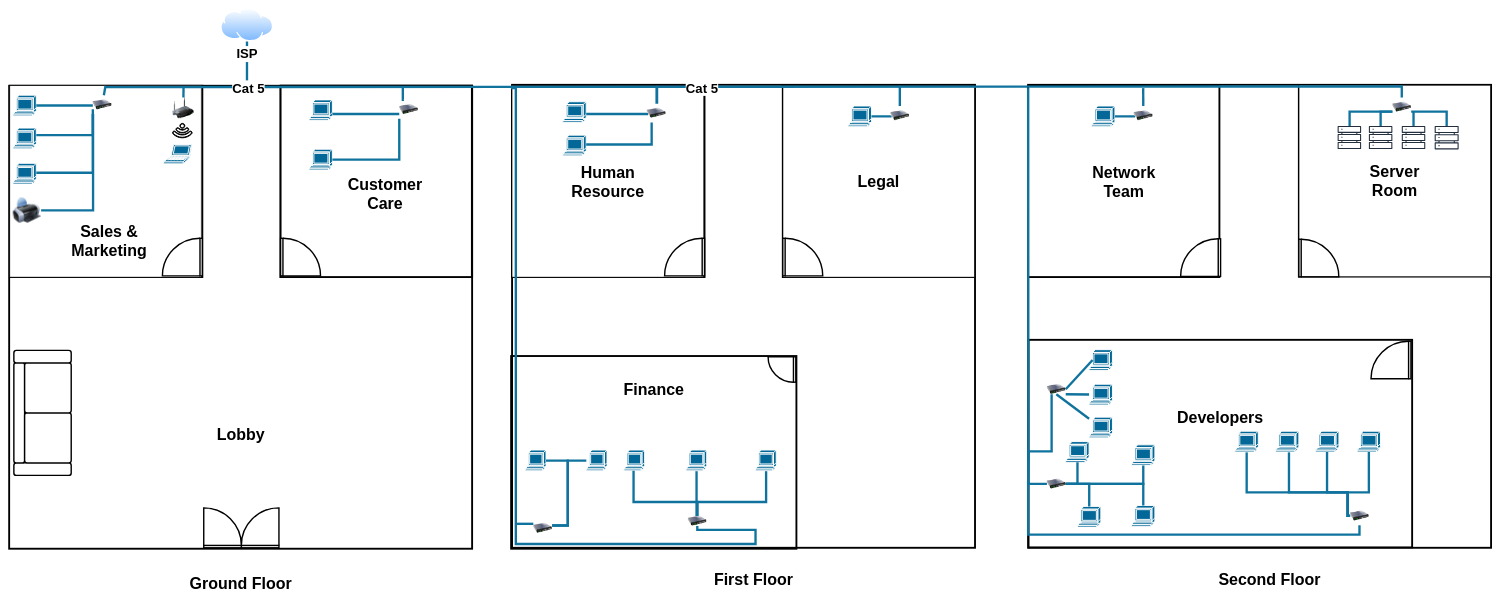
mashihimasha/UPW_Diagrams keeps this draw.io diagram as floorplan.drawio. Above is the earlier version. Source tidied: cells renumbered, new cells numbered last; positions are measured from the earlier drawing's top-left corner, leaving out a move shared by most shapes. Both pictures are drawn from the tidied source at 47%, with x=0, y=0 at pixel (-20, 8).
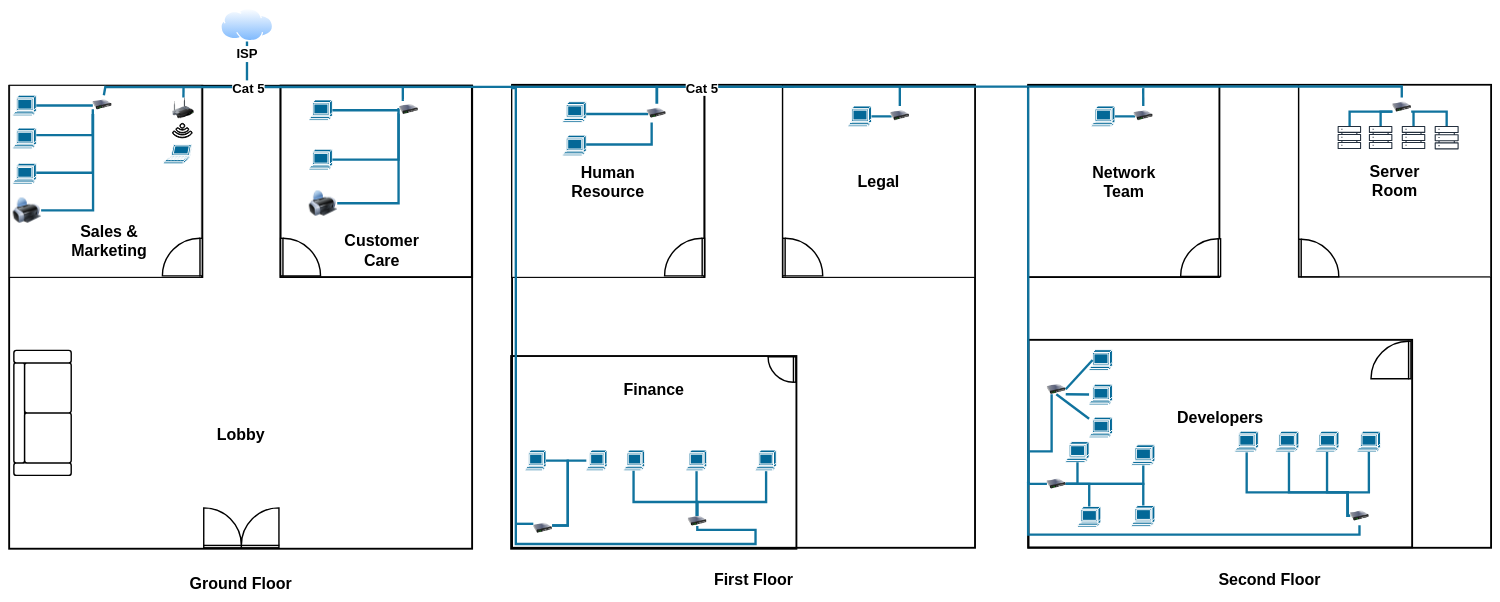
The same diagram, later.

Unchanged cells that the change refers to:
```xml
<mxCell id="3" style="group;strokeWidth=4;strokeColor=default;" parent="1" vertex="1">
  <mxGeometry x="639.5" y="165" width="407.5" height="407" as="geometry" />
</mxCell>
<mxCell id="6" style="shape=mxgraph.cisco.computers_and_peripherals.terminal;html=1;dashed=0;fillColor=#036897;strokeColor=#ffffff;strokeWidth=2;verticalLabelPosition=bottom;verticalAlign=top;align=center;outlineConnect=0;" parent="3" vertex="1">
  <mxGeometry x="60.5" y="135" width="49.7" height="44" as="geometry" />
</mxCell>
<mxCell id="7" style="shape=mxgraph.cisco.computers_and_peripherals.terminal;html=1;dashed=0;fillColor=#036897;strokeColor=#ffffff;strokeWidth=2;verticalLabelPosition=bottom;verticalAlign=top;align=center;outlineConnect=0;" parent="3" vertex="1">
  <mxGeometry x="60.5" y="30" width="49.7" height="44" as="geometry" />
</mxCell>
<mxCell id="11" style="image;html=1;image=img/lib/clip_art/networking/Switch_128x128.png;" parent="3" vertex="1">
  <mxGeometry x="252.5" y="30" width="40" height="40" as="geometry" />
</mxCell>
```

What changed in the source:
```diff
@@
-    <mxCell id="9" style="edgeStyle=orthogonalEdgeStyle;rounded=0;jettySize=auto;html=1;exitX=0;exitY=0.75;exitDx=0;exitDy=0;endArrow=none;endFill=0;fillColor=#b1ddf0;strokeColor=#10739e;strokeWidth=5;" parent="3" edge="1" source="11" target="7">
+    <mxCell id="9" style="edgeStyle=orthogonalEdgeStyle;rounded=0;jettySize=auto;html=1;endArrow=none;endFill=0;fillColor=#b1ddf0;strokeColor=#10739e;strokeWidth=5;" parent="3" edge="1" source="11" target="7">
       <mxGeometry relative="1" as="geometry">
         <Array as="points">
-          <mxPoint x="221" y="60" />
-          <mxPoint x="221" y="60" />
+          <mxPoint x="231" y="52" />
+          <mxPoint x="231" y="52" />
         </Array>
       </mxGeometry>
     </mxCell>
-    <mxCell id="10" style="edgeStyle=orthogonalEdgeStyle;rounded=0;jettySize=auto;html=1;exitX=0;exitY=1;exitDx=0;exitDy=0;endArrow=none;endFill=0;fillColor=#b1ddf0;strokeColor=#10739e;strokeWidth=5;" parent="3" edge="1" source="11" target="6">
+    <mxCell id="10" style="edgeStyle=orthogonalEdgeStyle;rounded=0;jettySize=auto;html=1;endArrow=none;endFill=0;fillColor=#b1ddf0;strokeColor=#10739e;strokeWidth=5;" parent="3" edge="1" source="11" target="6">
       <mxGeometry relative="1" as="geometry">
         <Array as="points">
-          <mxPoint x="253" y="157" />
+          <mxPoint x="251" y="50" />
+          <mxPoint x="251" y="157" />
         </Array>
       </mxGeometry>
     </mxCell>
@@
+    <mxCell id="34" value="&lt;font style=&quot;font-size: 34px;&quot;&gt;&lt;b&gt;Customer Care&lt;/b&gt;&lt;/font&gt;" style="text;html=1;align=center;verticalAlign=middle;whiteSpace=wrap;rounded=0;" parent="3" vertex="1">
+      <mxGeometry x="150.5" y="335" width="130" height="30" as="geometry" />
+    </mxCell>
+    <mxCell id="132" style="image;html=1;image=img/lib/clip_art/computers/Printer_128x128.png;" parent="3" vertex="1">
+      <mxGeometry x="60.5" y="220" width="60" height="60" as="geometry" />
+    </mxCell>
+    <mxCell id="133" style="edgeStyle=orthogonalEdgeStyle;rounded=0;jettySize=auto;html=1;endArrow=none;endFill=0;strokeWidth=5;fillColor=#b1ddf0;strokeColor=#10739e;" parent="3" edge="1" source="11" target="132">
+      <mxGeometry relative="1" as="geometry">
+        <Array as="points">
+          <mxPoint x="251" y="60" />
+          <mxPoint x="251" y="250" />
+        </Array>
+      </mxGeometry>
+    </mxCell>
@@
-    <mxCell id="34" value="&lt;font style=&quot;font-size: 34px;&quot;&gt;&lt;b&gt;Customer Care&lt;/b&gt;&lt;/font&gt;" style="text;html=1;align=center;verticalAlign=middle;whiteSpace=wrap;rounded=0;" parent="1" vertex="1">
-      <mxGeometry x="797" y="380" width="130" height="30" as="geometry" />
-    </mxCell>
```
